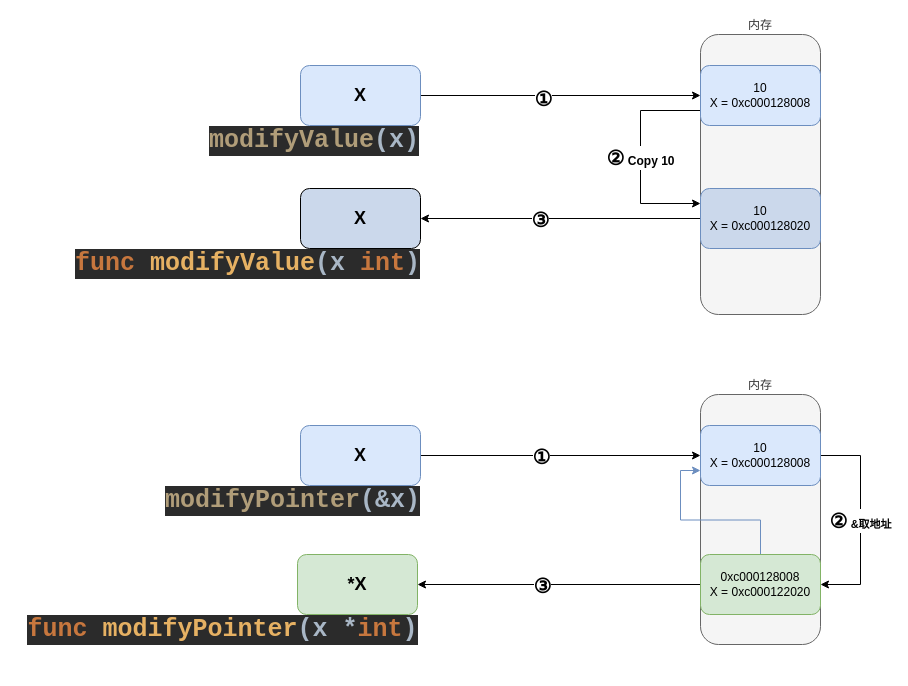
Before: 3-function/function.drawio in Zhouchaowen/golang-tutorial, a draw.io diagram. Source tidied: cells renumbered, new cells numbered last; positions are measured from the earlier drawing's top-left corner, leaving out a move shared by most shapes. Both pictures are drawn from the tidied source at 100%, with x=0, y=0 at pixel (17, 34).
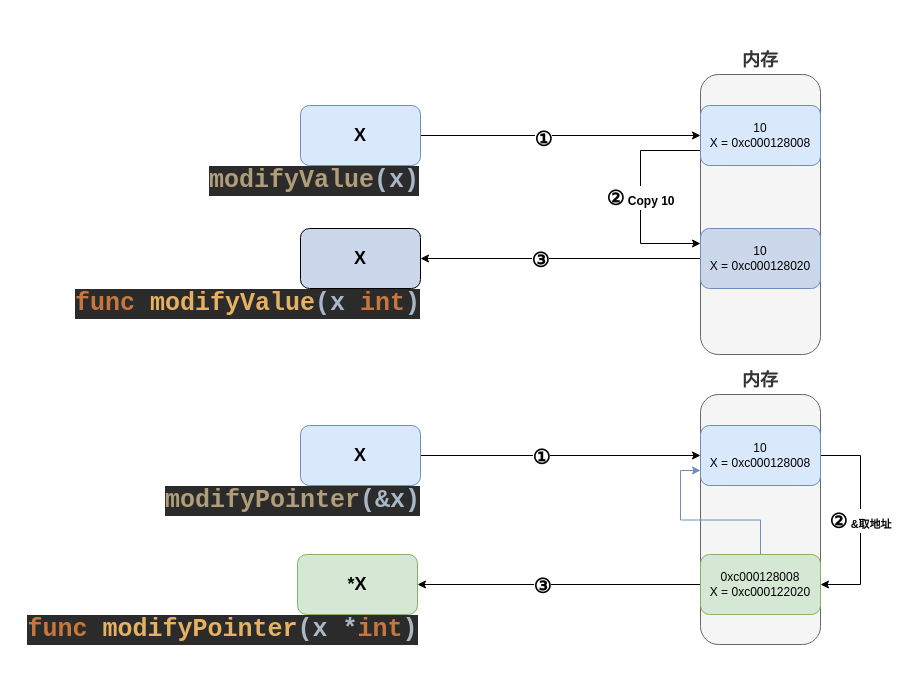
After the change.

What changed in the source:
```diff
@@
     <mxCell id="2" value="&lt;pre style=&quot;background-color: rgb(43 , 43 , 43) ; color: rgb(169 , 183 , 198) ; font-family: &amp;#34;jetbrains mono&amp;#34; , monospace ; font-size: 25px&quot;&gt;&lt;b&gt;&lt;span style=&quot;color: #c7773e&quot;&gt;func &lt;/span&gt;&lt;span style=&quot;color: #e6b163&quot;&gt;modifyValue&lt;/span&gt;(x &lt;span style=&quot;color: #c7773e&quot;&gt;int&lt;/span&gt;)&lt;/b&gt;&lt;/pre&gt;" style="text;html=1;align=center;verticalAlign=middle;strokeColor=none;" parent="1" vertex="1">
-      <mxGeometry x="50" y="194" width="360" height="70" as="geometry" />
+      <mxGeometry x="50" y="234" width="360" height="70" as="geometry" />
     </mxCell>
     <mxCell id="3" value="&lt;b&gt;&lt;font style=&quot;font-size: 18px&quot;&gt;X&lt;/font&gt;&lt;/b&gt;" style="rounded=1;whiteSpace=wrap;html=1;fillColor=#CBD8EB;" parent="1" vertex="1">
-      <mxGeometry x="283" y="154" width="120" height="60" as="geometry" />
+      <mxGeometry x="283" y="194" width="120" height="60" as="geometry" />
     </mxCell>
-    <mxCell id="4" value="内存" style="rounded=1;whiteSpace=wrap;html=1;labelPosition=center;verticalLabelPosition=top;align=center;verticalAlign=bottom;fillColor=#f5f5f5;strokeColor=#666666;fontColor=#333333;" parent="1" vertex="1">
-      <mxGeometry x="683" width="120" height="280" as="geometry" />
+    <mxCell id="4" value="&lt;font style=&quot;font-size: 18px&quot;&gt;&lt;b&gt;内存&lt;/b&gt;&lt;/font&gt;" style="rounded=1;whiteSpace=wrap;html=1;labelPosition=center;verticalLabelPosition=top;align=center;verticalAlign=bottom;fillColor=#f5f5f5;strokeColor=#666666;fontColor=#333333;" parent="1" vertex="1">
+      <mxGeometry x="683" y="40" width="120" height="280" as="geometry" />
     </mxCell>
     <mxCell id="5" value="&lt;b&gt;&lt;font style=&quot;font-size: 20px&quot;&gt;②&lt;/font&gt;&lt;span style=&quot;font-size: 12px&quot;&gt; Copy 10&lt;/span&gt;&lt;/b&gt;" style="edgeStyle=orthogonalEdgeStyle;rounded=0;jettySize=auto;html=1;exitX=0;exitY=0.75;exitDx=0;exitDy=0;entryX=0;entryY=0.25;entryDx=0;entryDy=0;" parent="1" edge="1" source="6" target="9">
       <mxGeometry relative="1" as="geometry">
         <Array as="points">
-          <mxPoint x="623" y="76" />
-          <mxPoint x="623" y="169" />
+          <mxPoint x="623" y="116" />
+          <mxPoint x="623" y="209" />
         </Array>
       </mxGeometry>
     </mxCell>
     <mxCell id="6" value="10&lt;br&gt;X =&amp;nbsp;0xc000128008" style="rounded=1;whiteSpace=wrap;html=1;fillColor=#dae8fc;strokeColor=#6c8ebf;" parent="1" vertex="1">
-      <mxGeometry x="683" y="31" width="120" height="60" as="geometry" />
+      <mxGeometry x="683" y="71" width="120" height="60" as="geometry" />
     </mxCell>
@@
     <mxCell id="9" value="10&lt;br&gt;X =&amp;nbsp;0xc000128020" style="rounded=1;whiteSpace=wrap;html=1;strokeColor=#6c8ebf;fillColor=#CBD8EB;" parent="1" vertex="1">
-      <mxGeometry x="683" y="154" width="120" height="60" as="geometry" />
+      <mxGeometry x="683" y="194" width="120" height="60" as="geometry" />
     </mxCell>
     <mxCell id="10" value="&lt;pre style=&quot;background-color: rgb(43 , 43 , 43) ; color: rgb(169 , 183 , 198) ; font-family: &amp;#34;jetbrains mono&amp;#34; , monospace ; font-size: 25px&quot;&gt;&lt;pre style=&quot;font-family: &amp;#34;jetbrains mono&amp;#34; , monospace&quot;&gt;&lt;b&gt;&lt;span style=&quot;color: #b09d79&quot;&gt;modifyValue&lt;/span&gt;(x)&lt;/b&gt;&lt;/pre&gt;&lt;/pre&gt;" style="text;whiteSpace=wrap;html=1;" parent="1" vertex="1">
-      <mxGeometry x="190" y="60" width="80" height="60" as="geometry" />
+      <mxGeometry x="190" y="100" width="80" height="60" as="geometry" />
     </mxCell>
@@
     <mxCell id="13" value="&lt;b&gt;&lt;font style=&quot;font-size: 18px&quot;&gt;X&lt;/font&gt;&lt;/b&gt;" style="rounded=1;whiteSpace=wrap;html=1;fillColor=#dae8fc;strokeColor=#6c8ebf;" parent="1" vertex="1">
-      <mxGeometry x="283" y="31" width="120" height="60" as="geometry" />
+      <mxGeometry x="283" y="71" width="120" height="60" as="geometry" />
     </mxCell>
@@
-    <mxCell id="16" value="内存" style="rounded=1;whiteSpace=wrap;html=1;labelPosition=center;verticalLabelPosition=top;align=center;verticalAlign=bottom;fillColor=#f5f5f5;strokeColor=#666666;fontColor=#333333;" parent="1" vertex="1">
+    <mxCell id="16" value="&lt;font style=&quot;font-size: 18px&quot;&gt;&lt;b&gt;内存&lt;/b&gt;&lt;/font&gt;" style="rounded=1;whiteSpace=wrap;html=1;labelPosition=center;verticalLabelPosition=top;align=center;verticalAlign=bottom;fillColor=#f5f5f5;strokeColor=#666666;fontColor=#333333;" parent="1" vertex="1">
       <mxGeometry x="683" y="360" width="120" height="250" as="geometry" />
     </mxCell>
```
